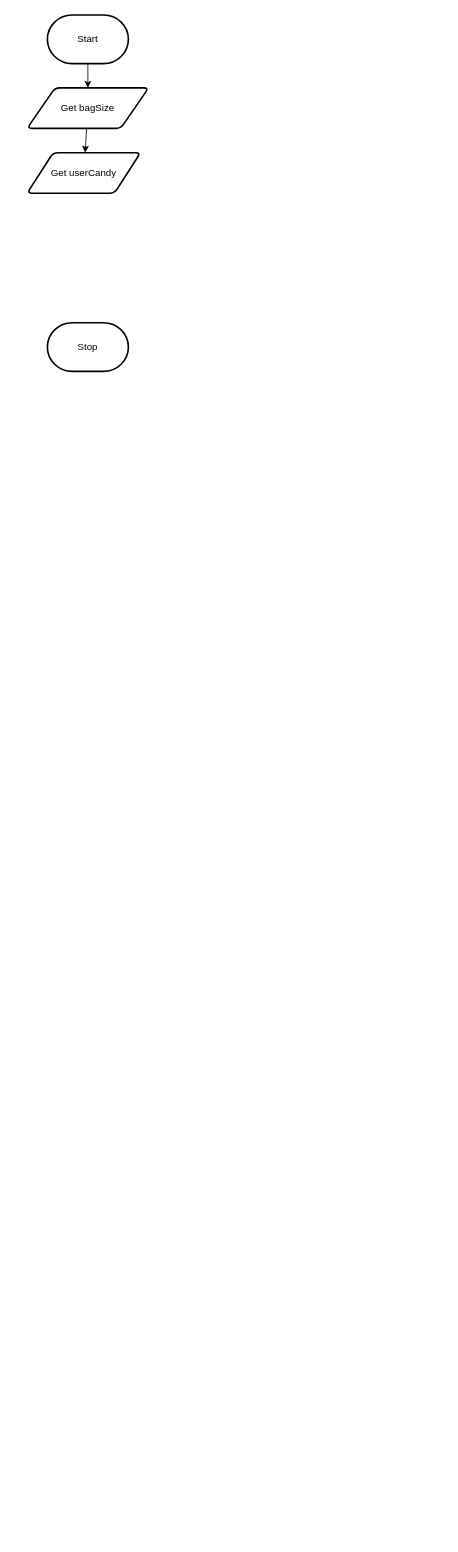
The draw.io diagram design/flowchart.drawio in MTHS-ICD2O-1-2024/ICD2O-Assignment-04-Shanea-Jaromay1, before the edit. Source tidied: cells renumbered, new cells numbered last; positions are measured from the earlier drawing's top-left corner, leaving out a move shared by most shapes. Both pictures are drawn from the tidied source at 81%, with x=0, y=0 at pixel (27, 15).
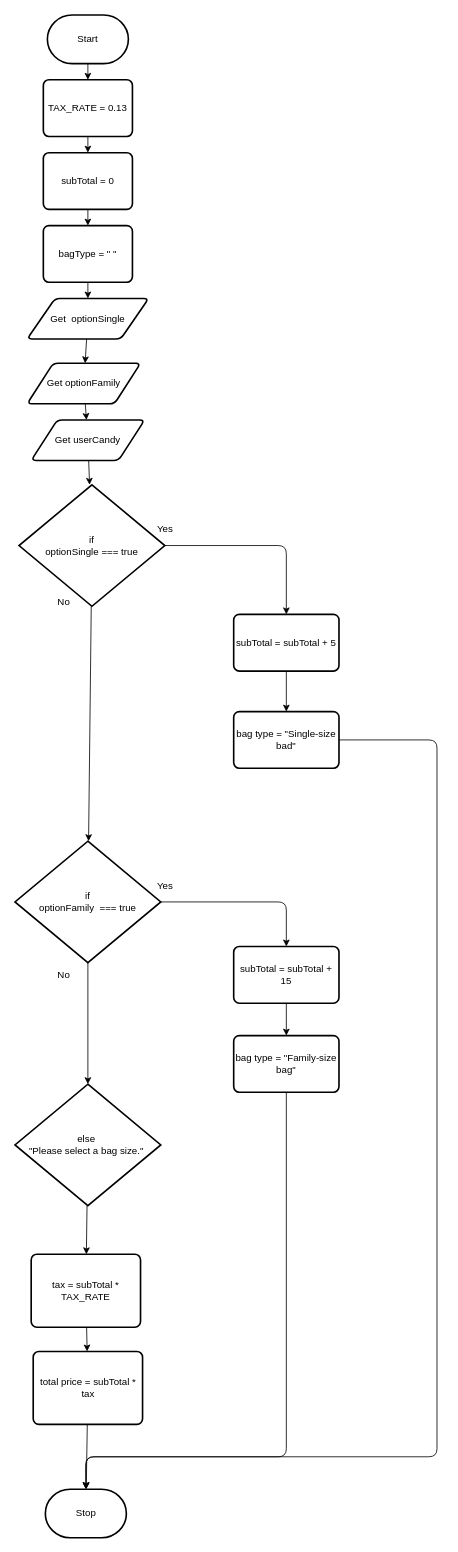
After the change.

Commit message (it also covers changes not shown here):
added storyboard and flowchart

The change refers to these unchanged cells:
```xml
<mxCell id="3" value="Start" style="strokeWidth=2;html=1;shape=mxgraph.flowchart.terminator;whiteSpace=wrap;" parent="1" vertex="1">
  <mxGeometry x="25" width="100" height="60" as="geometry" />
</mxCell>
```

Diff of the diagram source:
```diff
@@
-    <mxCell id="2" style="edgeStyle=none;html=1;" parent="1" edge="1" source="3" target="6">
-      <mxGeometry relative="1" as="geometry" />
-    </mxCell>
+    <mxCell id="8" style="edgeStyle=none;html=1;" parent="1" edge="1" source="3" target="11">
+      <mxGeometry relative="1" as="geometry" />
+    </mxCell>
@@
     <mxCell id="4" value="Stop" style="strokeWidth=2;html=1;shape=mxgraph.flowchart.terminator;whiteSpace=wrap;" parent="1" vertex="1">
-      <mxGeometry x="25" y="380" width="100" height="60" as="geometry" />
+      <mxGeometry x="22.5" y="1820" width="100" height="60" as="geometry" />
     </mxCell>
@@
-    <mxCell id="6" value="Get bagSize" style="shape=parallelogram;html=1;strokeWidth=2;perimeter=parallelogramPerimeter;whiteSpace=wrap;rounded=1;arcSize=12;size=0.23;" parent="1" vertex="1">
-      <mxGeometry y="90" width="150" height="50" as="geometry" />
+    <mxCell id="6" value="Get&amp;nbsp; optionSingle" style="shape=parallelogram;html=1;strokeWidth=2;perimeter=parallelogramPerimeter;whiteSpace=wrap;rounded=1;arcSize=12;size=0.23;" parent="1" vertex="1">
+      <mxGeometry y="350" width="150" height="50" as="geometry" />
     </mxCell>
+    <mxCell id="9" style="edgeStyle=none;html=1;" parent="1" edge="1" source="7" target="20">
+      <mxGeometry relative="1" as="geometry" />
+    </mxCell>
-    <mxCell id="7" value="Get userCandy" style="shape=parallelogram;html=1;strokeWidth=2;perimeter=parallelogramPerimeter;whiteSpace=wrap;rounded=1;arcSize=12;size=0.23;" parent="1" vertex="1">
-      <mxGeometry y="170" width="140" height="50" as="geometry" />
+    <mxCell id="7" value="Get optionFamily" style="shape=parallelogram;html=1;strokeWidth=2;perimeter=parallelogramPerimeter;whiteSpace=wrap;rounded=1;arcSize=12;size=0.23;" parent="1" vertex="1">
+      <mxGeometry y="430" width="140" height="50" as="geometry" />
     </mxCell>
+    <mxCell id="10" style="edgeStyle=none;html=1;" parent="1" edge="1" source="11" target="13">
+      <mxGeometry relative="1" as="geometry" />
+    </mxCell>
+    <mxCell id="11" value="TAX_RATE = 0.13" style="rounded=1;whiteSpace=wrap;html=1;absoluteArcSize=1;arcSize=14;strokeWidth=2;" parent="1" vertex="1">
+      <mxGeometry x="20" y="80" width="110" height="70" as="geometry" />
+    </mxCell>
+    <mxCell id="12" style="edgeStyle=none;html=1;" parent="1" edge="1" source="13" target="15">
+      <mxGeometry relative="1" as="geometry" />
+    </mxCell>
+    <mxCell id="13" value="subTotal = 0" style="rounded=1;whiteSpace=wrap;html=1;absoluteArcSize=1;arcSize=14;strokeWidth=2;" parent="1" vertex="1">
+      <mxGeometry x="20" y="170" width="110" height="70" as="geometry" />
+    </mxCell>
+    <mxCell id="14" style="edgeStyle=none;html=1;" parent="1" edge="1" source="15" target="6">
+      <mxGeometry relative="1" as="geometry" />
+    </mxCell>
+    <mxCell id="15" value="bagType = &quot; &quot;" style="rounded=1;whiteSpace=wrap;html=1;absoluteArcSize=1;arcSize=14;strokeWidth=2;" parent="1" vertex="1">
+      <mxGeometry x="20" y="260" width="110" height="70" as="geometry" />
+    </mxCell>
+    <mxCell id="16" style="edgeStyle=orthogonalEdgeStyle;html=1;entryX=0.5;entryY=0;entryDx=0;entryDy=0;" parent="1" edge="1" source="18" target="23">
+      <mxGeometry relative="1" as="geometry" />
+    </mxCell>
+    <mxCell id="17" style="edgeStyle=none;html=1;" parent="1" edge="1" source="18" target="28">
+      <mxGeometry relative="1" as="geometry" />
+    </mxCell>
+    <mxCell id="18" value="if&lt;div&gt;optionSingle === true&lt;/div&gt;" style="strokeWidth=2;html=1;shape=mxgraph.flowchart.decision;whiteSpace=wrap;" parent="1" vertex="1">
+      <mxGeometry x="-10" y="580" width="180" height="150" as="geometry" />
+    </mxCell>
+    <mxCell id="19" style="edgeStyle=none;html=1;" parent="1" edge="1" source="20" target="18">
+      <mxGeometry relative="1" as="geometry" />
+    </mxCell>
+    <mxCell id="20" value="Get userCandy" style="shape=parallelogram;html=1;strokeWidth=2;perimeter=parallelogramPerimeter;whiteSpace=wrap;rounded=1;arcSize=12;size=0.23;" parent="1" vertex="1">
+      <mxGeometry x="5" y="500" width="140" height="50" as="geometry" />
+    </mxCell>
+    <mxCell id="21" value="Yes" style="text;html=1;align=center;verticalAlign=middle;strokeColor=none;fillColor=none;" parent="1" vertex="1">
+      <mxGeometry x="150" y="620" width="40" height="30" as="geometry" />
+    </mxCell>
+    <mxCell id="22" style="edgeStyle=none;html=1;" parent="1" edge="1" source="23" target="25">
+      <mxGeometry relative="1" as="geometry" />
+    </mxCell>
+    <mxCell id="23" value="subTotal = subTotal + 5" style="rounded=1;whiteSpace=wrap;html=1;absoluteArcSize=1;arcSize=14;strokeWidth=2;" parent="1" vertex="1">
+      <mxGeometry x="255" y="740" width="130" height="70" as="geometry" />
+    </mxCell>
+    <mxCell id="24" style="edgeStyle=orthogonalEdgeStyle;html=1;entryX=0.5;entryY=0;entryDx=0;entryDy=0;entryPerimeter=0;" parent="1" edge="1" source="25" target="4">
+      <mxGeometry relative="1" as="geometry">
+        <Array as="points">
+          <mxPoint x="506" y="895" />
+          <mxPoint x="506" y="1780" />
+          <mxPoint x="73" y="1780" />
+        </Array>
+      </mxGeometry>
+    </mxCell>
+    <mxCell id="25" value="bag type = &quot;Single-size bad&quot;" style="rounded=1;whiteSpace=wrap;html=1;absoluteArcSize=1;arcSize=14;strokeWidth=2;" parent="1" vertex="1">
+      <mxGeometry x="255" y="860" width="130" height="70" as="geometry" />
+    </mxCell>
+    <mxCell id="26" style="edgeStyle=orthogonalEdgeStyle;html=1;entryX=0.5;entryY=0;entryDx=0;entryDy=0;" parent="1" edge="1" source="28" target="31">
+      <mxGeometry relative="1" as="geometry" />
+    </mxCell>
+    <mxCell id="27" style="edgeStyle=none;html=1;entryX=0.5;entryY=0;entryDx=0;entryDy=0;entryPerimeter=0;" parent="1" edge="1" source="28" target="37">
+      <mxGeometry relative="1" as="geometry" />
+    </mxCell>
+    <mxCell id="28" value="if&lt;div&gt;optionFamily&amp;nbsp; === true&lt;/div&gt;" style="strokeWidth=2;html=1;shape=mxgraph.flowchart.decision;whiteSpace=wrap;" parent="1" vertex="1">
+      <mxGeometry x="-15" y="1020" width="180" height="150" as="geometry" />
+    </mxCell>
+    <mxCell id="29" value="No" style="text;html=1;align=center;verticalAlign=middle;strokeColor=none;fillColor=none;" parent="1" vertex="1">
+      <mxGeometry x="25" y="710" width="40" height="30" as="geometry" />
+    </mxCell>
+    <mxCell id="30" style="edgeStyle=none;html=1;" parent="1" edge="1" source="31" target="34">
+      <mxGeometry relative="1" as="geometry" />
+    </mxCell>
+    <mxCell id="31" value="subTotal = subTotal + 15" style="rounded=1;whiteSpace=wrap;html=1;absoluteArcSize=1;arcSize=14;strokeWidth=2;" parent="1" vertex="1">
+      <mxGeometry x="255" y="1150" width="130" height="70" as="geometry" />
+    </mxCell>
+    <mxCell id="32" value="Yes" style="text;html=1;align=center;verticalAlign=middle;strokeColor=none;fillColor=none;" parent="1" vertex="1">
+      <mxGeometry x="150" y="1060" width="40" height="30" as="geometry" />
+    </mxCell>
+    <mxCell id="33" style="edgeStyle=orthogonalEdgeStyle;html=1;entryX=0.5;entryY=0;entryDx=0;entryDy=0;entryPerimeter=0;" parent="1" edge="1" source="34" target="4">
+      <mxGeometry relative="1" as="geometry">
+        <Array as="points">
+          <mxPoint x="320" y="1780" />
+          <mxPoint x="73" y="1780" />
+        </Array>
+      </mxGeometry>
+    </mxCell>
+    <mxCell id="34" value="bag type = &quot;Family-size bag&quot;" style="rounded=1;whiteSpace=wrap;html=1;absoluteArcSize=1;arcSize=14;strokeWidth=2;" parent="1" vertex="1">
+      <mxGeometry x="255" y="1260" width="130" height="70" as="geometry" />
+    </mxCell>
+    <mxCell id="35" value="No" style="text;html=1;align=center;verticalAlign=middle;strokeColor=none;fillColor=none;" parent="1" vertex="1">
+      <mxGeometry x="25" y="1170" width="40" height="30" as="geometry" />
+    </mxCell>
+    <mxCell id="36" style="edgeStyle=none;html=1;" parent="1" edge="1" source="37" target="39">
+      <mxGeometry relative="1" as="geometry" />
+    </mxCell>
+    <mxCell id="37" value="else&amp;nbsp;&lt;div&gt;&quot;Please select a bag size.&quot;&amp;nbsp;&lt;/div&gt;" style="strokeWidth=2;html=1;shape=mxgraph.flowchart.decision;whiteSpace=wrap;" parent="1" vertex="1">
+      <mxGeometry x="-15" y="1320" width="180" height="150" as="geometry" />
+    </mxCell>
+    <mxCell id="38" style="edgeStyle=none;html=1;" parent="1" edge="1" source="39" target="41">
+      <mxGeometry relative="1" as="geometry" />
+    </mxCell>
+    <mxCell id="39" value="tax = subTotal * TAX_RATE" style="rounded=1;whiteSpace=wrap;html=1;absoluteArcSize=1;arcSize=14;strokeWidth=2;" parent="1" vertex="1">
+      <mxGeometry x="5" y="1530" width="135" height="90" as="geometry" />
+    </mxCell>
+    <mxCell id="40" style="edgeStyle=none;html=1;" parent="1" edge="1" source="41" target="4">
+      <mxGeometry relative="1" as="geometry" />
+    </mxCell>
+    <mxCell id="41" value="total price = subTotal * tax" style="rounded=1;whiteSpace=wrap;html=1;absoluteArcSize=1;arcSize=14;strokeWidth=2;" parent="1" vertex="1">
+      <mxGeometry x="7.5" y="1650" width="135" height="90" as="geometry" />
+    </mxCell>
```
